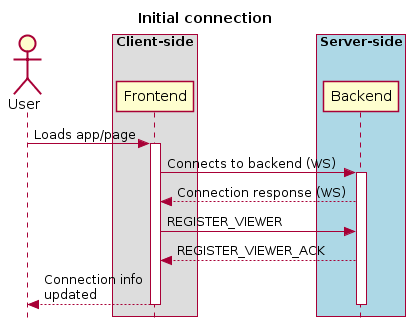
CARTAvis/carta-protobuf keeps this PlantUML diagram as docs/images/image10.png. Above is the earlier version.
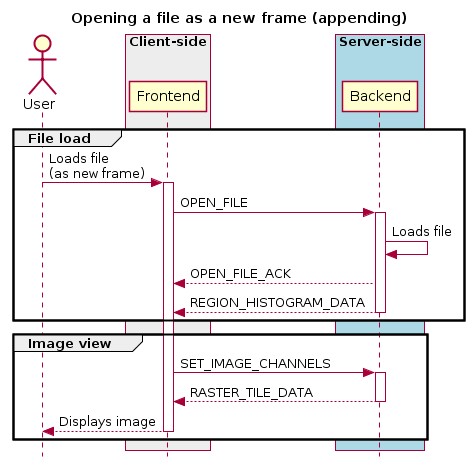
Later version of the same file.

What changed in the source:
```diff
@@ -1,24 +1,32 @@
 @startuml
 skinparam style strictuml
 hide footbox
-title Initial connection
+title Opening a file as a new frame (appending)
 
 actor User
-box "Client-side"
-participant Frontend
+box "Client-side"  #EDEDED
+        participant Frontend
 end box
 
 box "Server-side" #lightblue
-participant Backend
+	participant Backend
 end box
-User -> Frontend : Loads app/page
+group File load
+User -> Frontend : Loads file\n(as new frame)
 activate Frontend
-Frontend -> Backend : Connects to backend (WS)
+Frontend -> Backend : OPEN_FILE
 activate Backend
-Frontend <-- Backend : Connection response (WS)
-Frontend -> Backend : REGISTER_VIEWER
-Frontend <-- Backend : REGISTER_VIEWER_ACK
-User <-- Frontend : Connection info\nupdated
+Backend -> Backend : Loads file
+Frontend <-- Backend : OPEN_FILE_ACK
+Frontend <-- Backend : REGION_HISTOGRAM_DATA
+deactivate Backend
+end
+group Image view
+Frontend -> Backend : SET_IMAGE_CHANNELS
+activate Backend
+Frontend <-- Backend : RASTER_TILE_DATA
+deactivate Backend
+User <-- Frontend: Displays image
 deactivate Frontend
-deactivate Backend
+end
 @enduml
```
